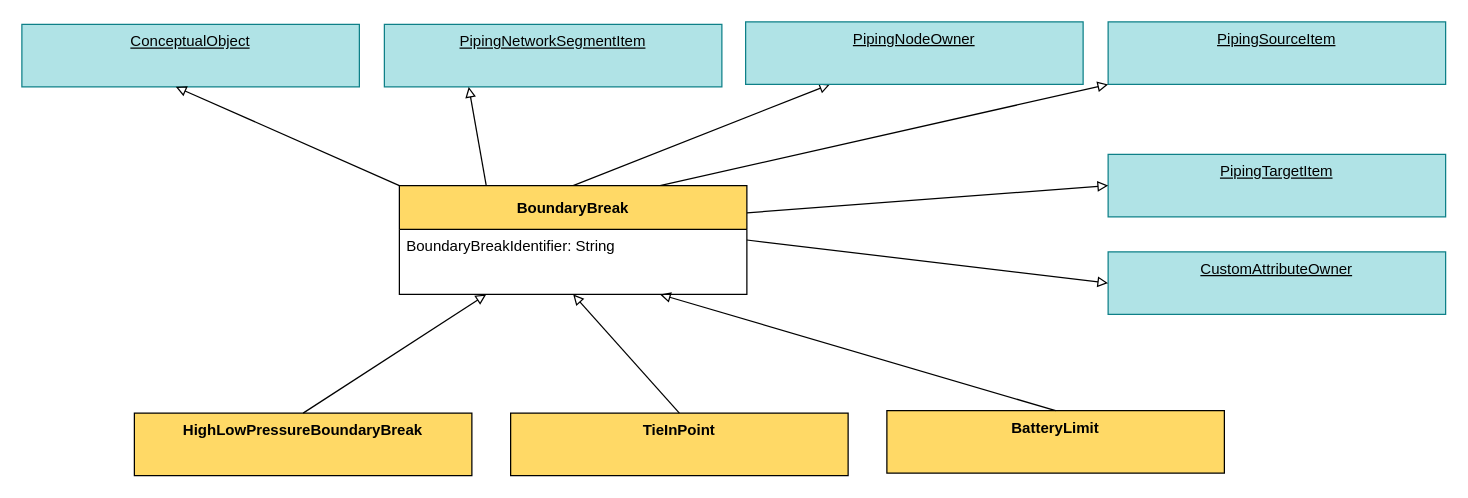
This is page "BoundaryBreak" (2 of 2) of ContinuationProject/ContentTeam/TieIn_BatteryLimit.drawio from ToniaPedersen/DISCDEXPI, a draw.io file, before an edit. Source tidied: cells renumbered, new cells numbered last; positions are measured from the earlier drawing's top-left corner, leaving out a move shared by most shapes. Both pictures are drawn from the tidied source at 125%, with x=0, y=0 at pixel (21, 21).
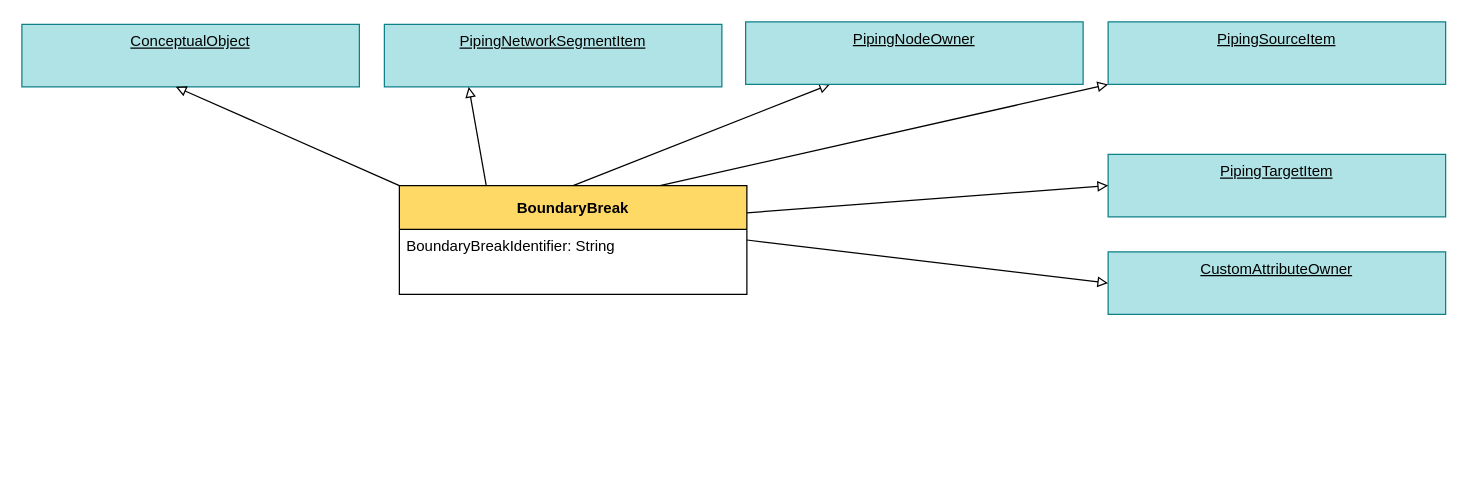
Above is the later version.

The change refers to these unchanged cells:
```xml
<mxCell id="20" value="BoundaryBreak" style="swimlane;fontStyle=1;horizontal=1;startSize=35;fillColor=#FFD966;" parent="1" vertex="1">
  <mxGeometry x="302" y="131" width="278" height="87" as="geometry" />
</mxCell>
```

What changed in the source:
```diff
@@
-    <mxCell id="3" value="&lt;strong style=&quot;border-color: var(--border-color);&quot;&gt;HighLowPressureBoundaryBreak&lt;/strong&gt;" style="rounded=0;whiteSpace=wrap;html=1;fillColor=#FFD966;strokeColor=#000000;verticalAlign=top;" parent="1" vertex="1">
-      <mxGeometry x="90" y="313" width="270" height="50" as="geometry" />
-    </mxCell>
@@
-    <mxCell id="5" value="&lt;strong style=&quot;border-color: var(--border-color);&quot;&gt;TieInPoint&lt;/strong&gt;" style="rounded=0;whiteSpace=wrap;html=1;fillColor=#FFD966;strokeColor=#000000;verticalAlign=top;" parent="1" vertex="1">
-      <mxGeometry x="391" y="313" width="270" height="50" as="geometry" />
-    </mxCell>
-    <mxCell id="6" style="endArrow=block;html=1;rounded=0;exitX=0.5;exitY=0;exitDx=0;exitDy=0;endFill=0;entryX=0.5;entryY=1;entryDx=0;entryDy=0;" parent="1" edge="1" source="5" target="20">
-      <mxGeometry relative="1" as="geometry" />
-    </mxCell>
-    <mxCell id="7" value="&lt;strong style=&quot;border-color: var(--border-color);&quot;&gt;BatteryLimit&lt;/strong&gt;" style="rounded=0;whiteSpace=wrap;html=1;fillColor=#FFD966;strokeColor=#000000;verticalAlign=top;" parent="1" vertex="1">
-      <mxGeometry x="692" y="311" width="270" height="50" as="geometry" />
-    </mxCell>
-    <mxCell id="8" style="endArrow=block;html=1;rounded=0;exitX=0.5;exitY=0;exitDx=0;exitDy=0;endFill=0;entryX=0.75;entryY=1;entryDx=0;entryDy=0;" parent="1" edge="1" source="7" target="20">
-      <mxGeometry relative="1" as="geometry" />
-    </mxCell>
@@
-    <mxCell id="10" style="endArrow=block;html=1;rounded=0;exitX=0.5;exitY=0;exitDx=0;exitDy=0;endFill=0;entryX=0.25;entryY=1;entryDx=0;entryDy=0;" parent="1" edge="1" source="3" target="20">
-      <mxGeometry relative="1" as="geometry" />
-    </mxCell>
```
